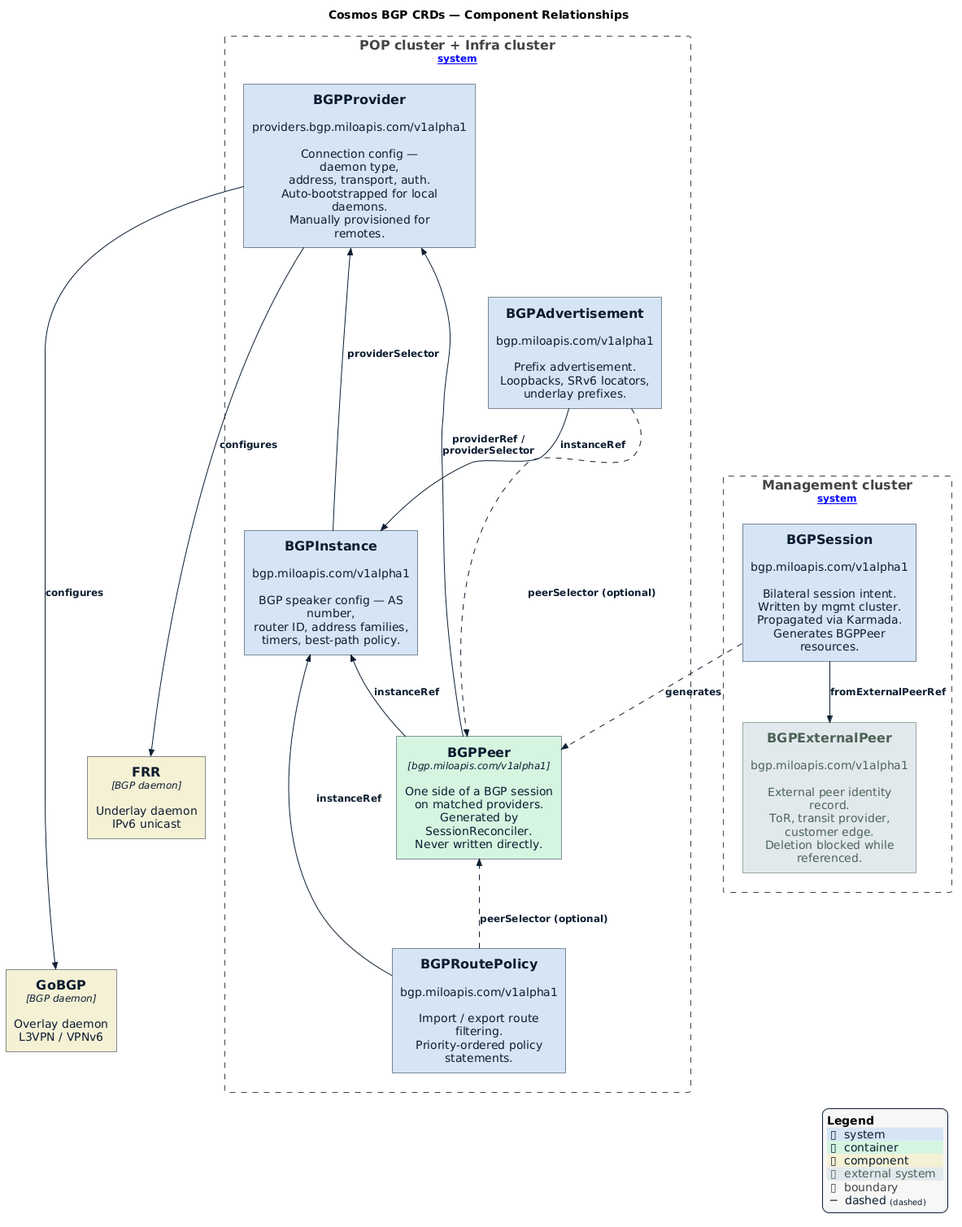
Before: docs/diagrams/cosmos-bgp-crd-relationships.png, a diagram exported from PlantUML (milo-os/cosmos).
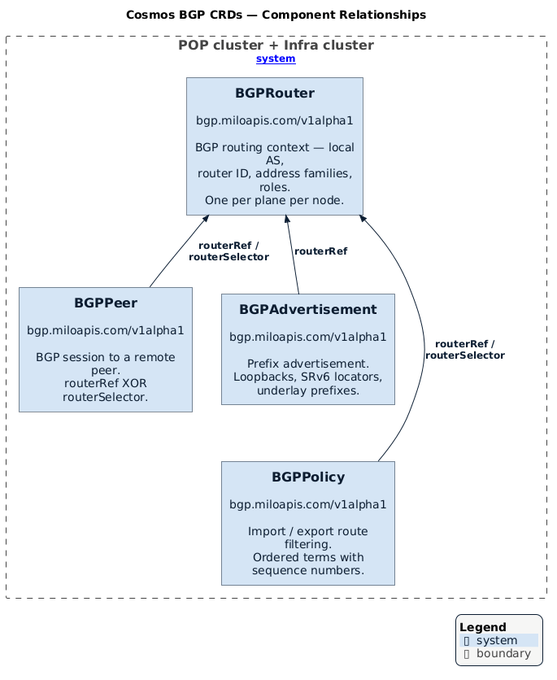
After the change.

The edit, as a diff of the source:
```diff
@@ -8,50 +8,24 @@
 
 title Cosmos BGP CRDs — Component Relationships
 
-AddRelTag("dashed", $lineStyle=DashedLine(), $lineColor=$DATUM_MIDNIGHT_FJORD, $textColor=$DATUM_MIDNIGHT_FJORD)
-
 
 Boundary(pop_infra, "POP cluster + Infra cluster", "[system]") {
-    System(provider, "BGPProvider", "providers.bgp.miloapis.com/v1alpha1\n\nConnection config — daemon type,\naddress, transport, auth.\nAuto-bootstrapped for local daemons.\nManually provisioned for remotes.")
-    System(instance, "BGPInstance", "bgp.miloapis.com/v1alpha1\n\nBGP speaker config — AS number,\nrouter ID, address families,\ntimers, best-path policy.")
-    Container(peer, "BGPPeer", "bgp.miloapis.com/v1alpha1", "One side of a BGP session\non matched providers.\nGenerated by SessionReconciler.\nNever written directly.")
+    System(router, "BGPRouter", "bgp.miloapis.com/v1alpha1\n\nBGP routing context — local AS,\nrouter ID, address families, roles.\nOne per plane per node.")
+    System(peer, "BGPPeer", "bgp.miloapis.com/v1alpha1\n\nBGP session to a remote peer.\nrouterRef XOR routerSelector.")
     System(advert, "BGPAdvertisement", "bgp.miloapis.com/v1alpha1\n\nPrefix advertisement.\nLoopbacks, SRv6 locators,\nunderlay prefixes.")
-    System(routepolicy, "BGPRoutePolicy", "bgp.miloapis.com/v1alpha1\n\nImport / export route filtering.\nPriority-ordered policy statements.")
+    System(policy, "BGPPolicy", "bgp.miloapis.com/v1alpha1\n\nImport / export route filtering.\nOrdered terms with sequence numbers.")
 }
 
 
-Component(frr, "FRR", "BGP daemon", "Underlay daemon\nIPv6 unicast")
-Component(gobgp, "GoBGP", "BGP daemon", "Overlay daemon\nL3VPN / VPNv6")
+Lay_R(router, peer)
+Lay_D(router, advert)
+Lay_D(peer, policy)
+Lay_R(advert, policy)
 
 
-Boundary(mgmt, "Management cluster", "[system]") {
-    System(session, "BGPSession", "bgp.miloapis.com/v1alpha1\n\nBilateral session intent.\nWritten by mgmt cluster.\nPropagated via Karmada.\nGenerates BGPPeer resources.")
-    System_Ext(externalpeer, "BGPExternalPeer", "bgp.miloapis.com/v1alpha1\n\nExternal peer identity record.\nToR, transit provider, customer edge.\nDeletion blocked while referenced.")
-}
-
-
-Lay_R(provider, instance)
-Lay_R(instance, peer)
-Lay_D(provider, advert)
-Lay_D(peer, routepolicy)
-Lay_R(advert, routepolicy)
-Lay_R(peer, frr)
-Lay_D(frr, gobgp)
-Lay_D(pop_infra, mgmt)
-Lay_R(session, externalpeer)
-
-
-Rel(instance, provider, "providerSelector")
-Rel(peer, instance, "instanceRef")
-Rel(peer, provider, "providerRef /\nproviderSelector")
-Rel(advert, instance, "instanceRef")
-Rel(advert, peer, "peerSelector (optional)", $tags="dashed")
-Rel(routepolicy, instance, "instanceRef")
-Rel(routepolicy, peer, "peerSelector (optional)", $tags="dashed")
-Rel(session, peer, "generates", $tags="dashed")
-Rel(session, externalpeer, "fromExternalPeerRef")
-Rel(provider, frr, "configures")
-Rel(provider, gobgp, "configures")
+Rel(peer, router, "routerRef /\nrouterSelector")
+Rel(advert, router, "routerRef")
+Rel(policy, router, "routerRef /\nrouterSelector")
 
 SHOW_LEGEND()
 @enduml
```
